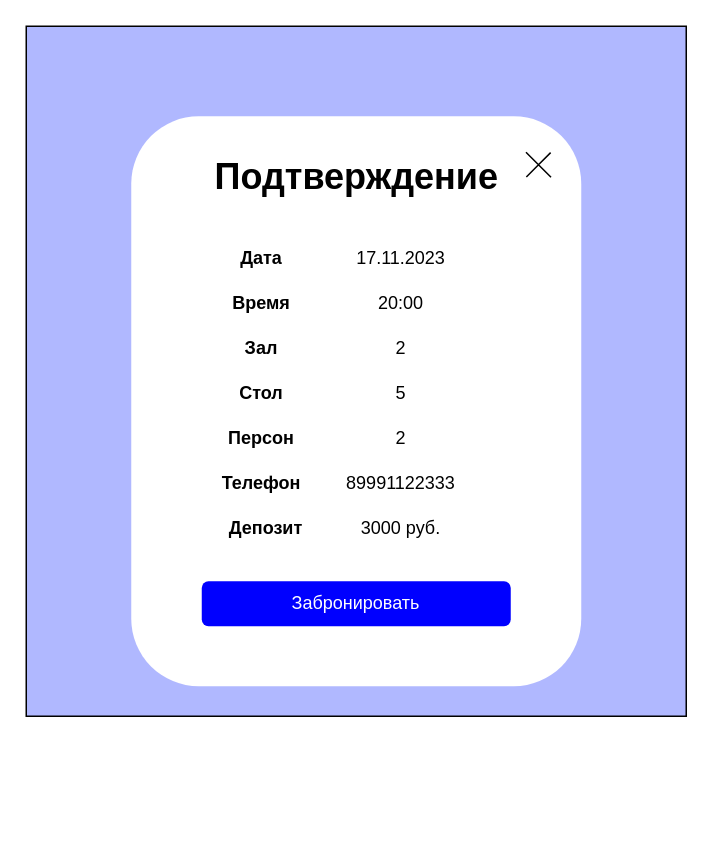
Above: hw8/бэкап/экранные формы. подтверждение.drawio in Ashka-08/architecture_hw (draw.io), before the change. Source tidied: cells renumbered, new cells numbered last; positions are measured from the earlier drawing's top-left corner, leaving out a move shared by most shapes. Both pictures are drawn from the tidied source at 150%, with x=0, y=0 at pixel (26, 26).
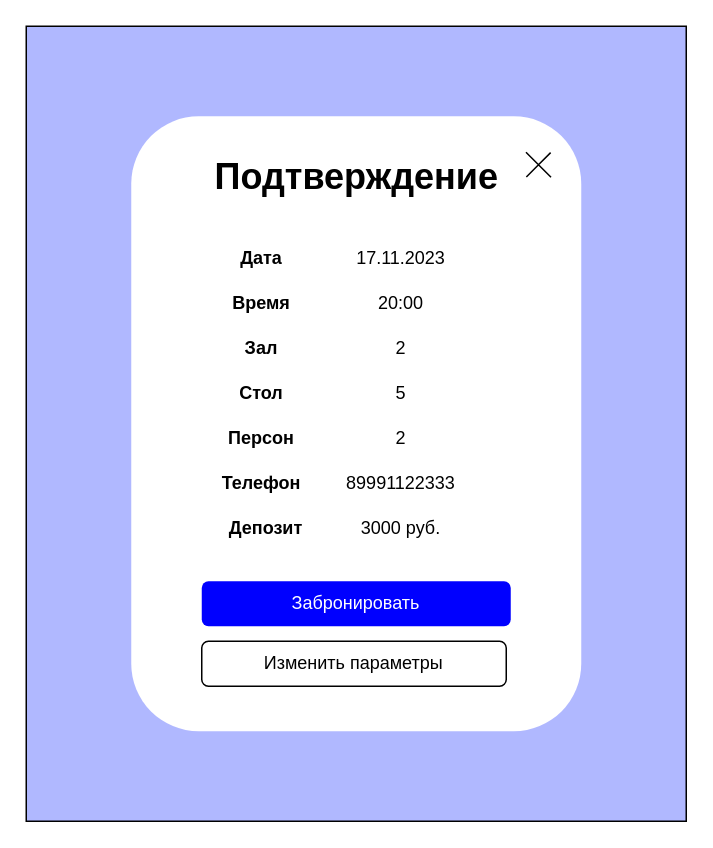
After the change.

Change to the diagram source:
```diff
@@
     <mxCell id="2" style="rounded=0;whiteSpace=wrap;html=1;fillColor=#B0B8FF;" parent="1" vertex="1">
-      <mxGeometry width="440" height="460" as="geometry" />
+      <mxGeometry width="440" height="530" as="geometry" />
     </mxCell>
     <mxCell id="3" style="rounded=1;whiteSpace=wrap;html=1;strokeColor=none;" parent="1" vertex="1">
-      <mxGeometry x="70" y="60" width="300" height="380" as="geometry" />
+      <mxGeometry x="70" y="60" width="300" height="410" as="geometry" />
     </mxCell>
@@
+    <mxCell id="22" value="Изменить параметры" style="rounded=1;whiteSpace=wrap;html=1;" parent="1" vertex="1">
+      <mxGeometry x="117" y="410" width="203" height="30" as="geometry" />
+    </mxCell>
```
